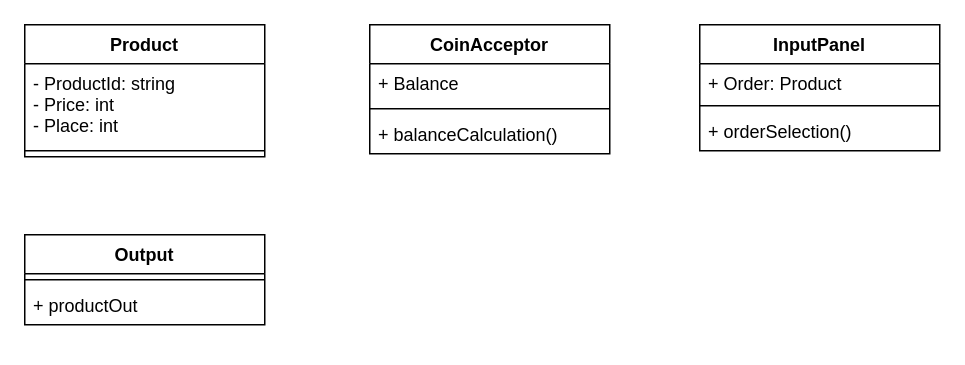
Above: Untitled Diagram.drawio in StpnPntr/UchebnayaPractice (draw.io), before the change. Source tidied: cells renumbered, new cells numbered last; positions are measured from the earlier drawing's top-left corner, leaving out a move shared by most shapes. Both pictures are drawn from the tidied source at 150%, with x=0, y=0 at pixel (24, 24).
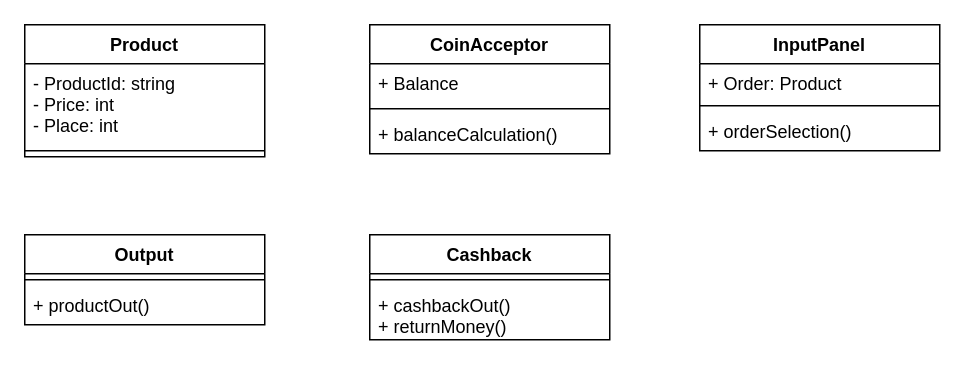
Above is the later version.

What changed in the source:
```diff
@@
 <mxGraphModel>
   <root>
     <mxCell id="0" />
     <mxCell id="1" parent="0" />
     <mxCell id="2" value="Product" style="swimlane;fontStyle=1;align=center;verticalAlign=top;horizontal=1;startSize=26;shadow=0;" parent="1" vertex="1">
       <mxGeometry width="160" height="88" as="geometry" />
     </mxCell>
     <mxCell id="3" value="- ProductId: string&#10;- Price: int&#10;- Place: int" style="text;strokeColor=none;fillColor=none;align=left;verticalAlign=top;spacingLeft=4;spacingRight=4;overflow=hidden;shadow=0;" parent="2" vertex="1">
       <mxGeometry y="26" width="160" height="54" as="geometry" />
     </mxCell>
     <mxCell id="4" style="line;strokeWidth=1;fillColor=none;align=left;verticalAlign=middle;spacingTop=-1;spacingLeft=3;spacingRight=3;labelPosition=right;shadow=0;" parent="2" vertex="1">
       <mxGeometry y="80" width="160" height="8" as="geometry" />
     </mxCell>
     <mxCell id="5" value="InputPanel" style="swimlane;fontStyle=1;align=center;verticalAlign=top;horizontal=1;startSize=26;shadow=0;" parent="1" vertex="1">
       <mxGeometry x="450" width="160" height="84" as="geometry" />
     </mxCell>
     <mxCell id="6" value="+ Order: Product" style="text;strokeColor=none;fillColor=none;align=left;verticalAlign=top;spacingLeft=4;spacingRight=4;overflow=hidden;shadow=0;" parent="5" vertex="1">
       <mxGeometry y="26" width="160" height="24" as="geometry" />
     </mxCell>
     <mxCell id="7" style="line;strokeWidth=1;fillColor=none;align=left;verticalAlign=middle;spacingTop=-1;spacingLeft=3;spacingRight=3;labelPosition=right;shadow=0;" parent="5" vertex="1">
       <mxGeometry y="50" width="160" height="8" as="geometry" />
     </mxCell>
     <mxCell id="8" value="+ orderSelection()" style="text;strokeColor=none;fillColor=none;align=left;verticalAlign=top;spacingLeft=4;spacingRight=4;overflow=hidden;shadow=0;" parent="5" vertex="1">
       <mxGeometry y="58" width="160" height="26" as="geometry" />
     </mxCell>
     <mxCell id="9" value="CoinAcceptor" style="swimlane;fontStyle=1;align=center;verticalAlign=top;horizontal=1;startSize=26;shadow=0;" parent="1" vertex="1">
       <mxGeometry x="230" width="160" height="86" as="geometry" />
     </mxCell>
     <mxCell id="10" value="+ Balance" style="text;strokeColor=none;fillColor=none;align=left;verticalAlign=top;spacingLeft=4;spacingRight=4;overflow=hidden;shadow=0;" parent="9" vertex="1">
       <mxGeometry y="26" width="160" height="26" as="geometry" />
     </mxCell>
     <mxCell id="11" style="line;strokeWidth=1;fillColor=none;align=left;verticalAlign=middle;spacingTop=-1;spacingLeft=3;spacingRight=3;labelPosition=right;shadow=0;" parent="9" vertex="1">
       <mxGeometry y="52" width="160" height="8" as="geometry" />
     </mxCell>
     <mxCell id="12" value="+ balanceCalculation()" style="text;strokeColor=none;fillColor=none;align=left;verticalAlign=top;spacingLeft=4;spacingRight=4;overflow=hidden;shadow=0;" parent="9" vertex="1">
       <mxGeometry y="60" width="160" height="26" as="geometry" />
     </mxCell>
     <mxCell id="13" value="Output" style="swimlane;fontStyle=1;align=center;verticalAlign=top;horizontal=1;startSize=26;shadow=0;" parent="1" vertex="1">
       <mxGeometry y="140" width="160" height="60" as="geometry" />
     </mxCell>
     <mxCell id="14" style="line;strokeWidth=1;fillColor=none;align=left;verticalAlign=middle;spacingTop=-1;spacingLeft=3;spacingRight=3;labelPosition=right;shadow=0;" parent="13" vertex="1">
       <mxGeometry y="26" width="160" height="8" as="geometry" />
     </mxCell>
-    <mxCell id="15" value="+ productOut" style="text;strokeColor=none;fillColor=none;align=left;verticalAlign=top;spacingLeft=4;spacingRight=4;overflow=hidden;shadow=0;" parent="13" vertex="1">
+    <mxCell id="15" value="+ productOut()" style="text;strokeColor=none;fillColor=none;align=left;verticalAlign=top;spacingLeft=4;spacingRight=4;overflow=hidden;shadow=0;" parent="13" vertex="1">
       <mxGeometry y="34" width="160" height="26" as="geometry" />
     </mxCell>
+    <mxCell id="16" value="Cashback" style="swimlane;fontStyle=1;align=center;verticalAlign=top;horizontal=1;startSize=26;shadow=0;strokeWidth=1;" parent="1" vertex="1">
+      <mxGeometry x="230" y="140" width="160" height="70" as="geometry" />
+    </mxCell>
+    <mxCell id="17" style="line;strokeWidth=1;fillColor=none;align=left;verticalAlign=middle;spacingTop=-1;spacingLeft=3;spacingRight=3;labelPosition=right;" parent="16" vertex="1">
+      <mxGeometry y="26" width="160" height="8" as="geometry" />
+    </mxCell>
+    <mxCell id="18" value="+ cashbackOut()&#10;+ returnMoney()" style="text;strokeColor=none;fillColor=none;align=left;verticalAlign=top;spacingLeft=4;spacingRight=4;overflow=hidden;" parent="16" vertex="1">
+      <mxGeometry y="34" width="160" height="36" as="geometry" />
+    </mxCell>
   </root>
 </mxGraphModel>
```
